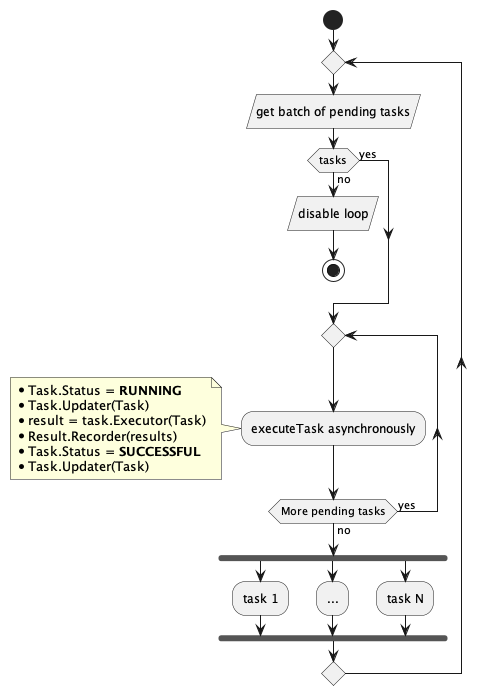
The PlantUML diagram thesis/part/Proyecto_ejecutivo/memoria_descriptiva/descripcionDelProyecto/manager/uml/executeTaskLoop.png in Enrikerf/pfm, before a commit.
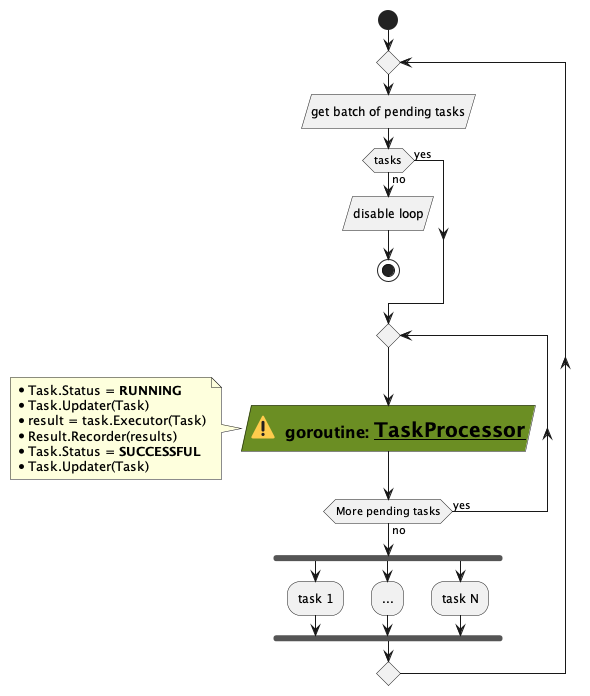
The same file after the commit.

The edit, as a diff of the source:
```diff
@@ -8,7 +8,7 @@
 else (yes)
 endif
 repeat
-  :executeTask asynchronously;
+  #OliveDrab:= <:warning:>  goroutine: __TaskProcessor__ /
   note left
     * Task.Status = <b>RUNNING</b>
     * Task.Updater(Task)
```
